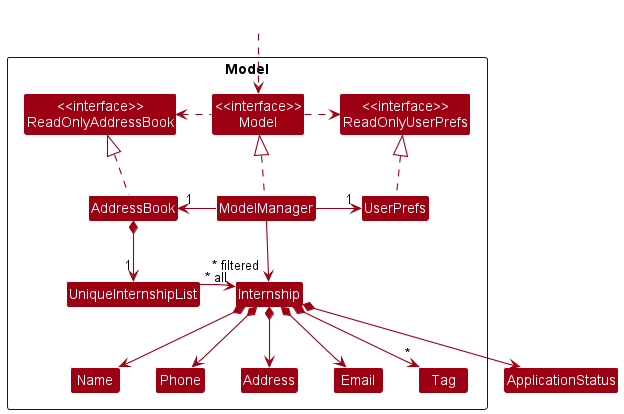
Earlier version of the PlantUML export docs/images/ModelClassDiagram.png (nus-cs2103-AY2223S1/tp).
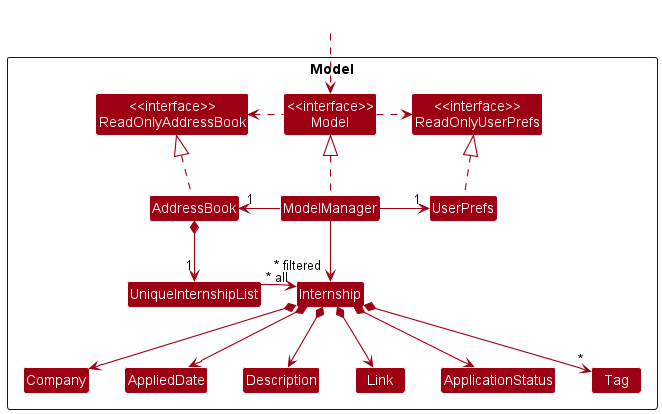
Later version of the same file.

What changed in the source:
```diff
@@ -14,10 +14,11 @@
 
 Class UniqueInternshipList
 Class Internship
-Class Address
-Class Email
-Class Name
-Class Phone
+Class Description
+Class Link
+Class Company
+Class AppliedDate
+Class ApplicationStatus
 Class Tag
 
 }
@@ -37,17 +38,17 @@
 AddressBook *--> "1" UniqueInternshipList
 UniqueInternshipList -[hidden]right-> "~* all" Internship
 UniqueInternshipList --> "~* all" Internship
-Internship *--> Name
-Internship *--> Phone
-Internship *--> Email
-Internship *--> Address
+Internship *--> Company
+Internship *--> AppliedDate
+Internship *--> Link
+Internship *--> Description
 Internship *--> ApplicationStatus
 Internship *--> "*" Tag
 
-Name -[hidden]right-> Phone
-Phone -[hidden]right-> Address
-Address -[hidden]right-> Email
-Email -[hidden]right-> ApplicationStatus
+Company -[hidden]right-> AppliedDate
+AppliedDate -[hidden]right-> Description
+Description -[hidden]right-> Link
+Link -[hidden]right-> ApplicationStatus
 
 ModelManager -->"~* filtered" Internship
 @enduml
```
